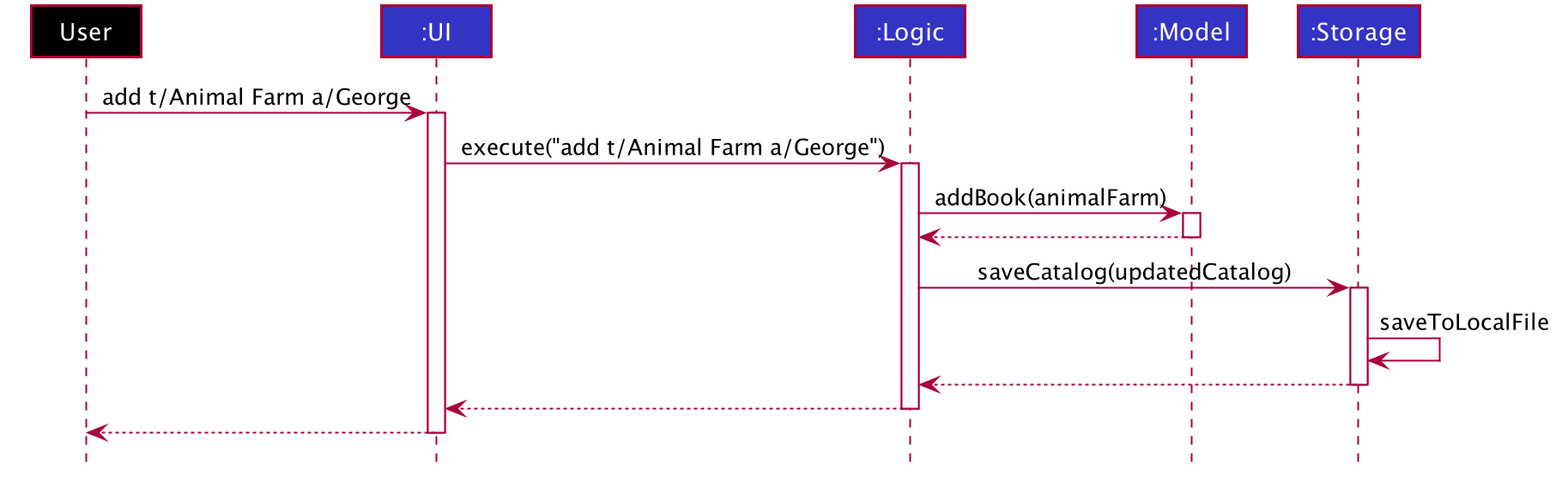
This is docs/images/AddBook.png from nus-cs2103-AY1920S1/addressbook-level3, a PlantUML export, as it was before one commit.
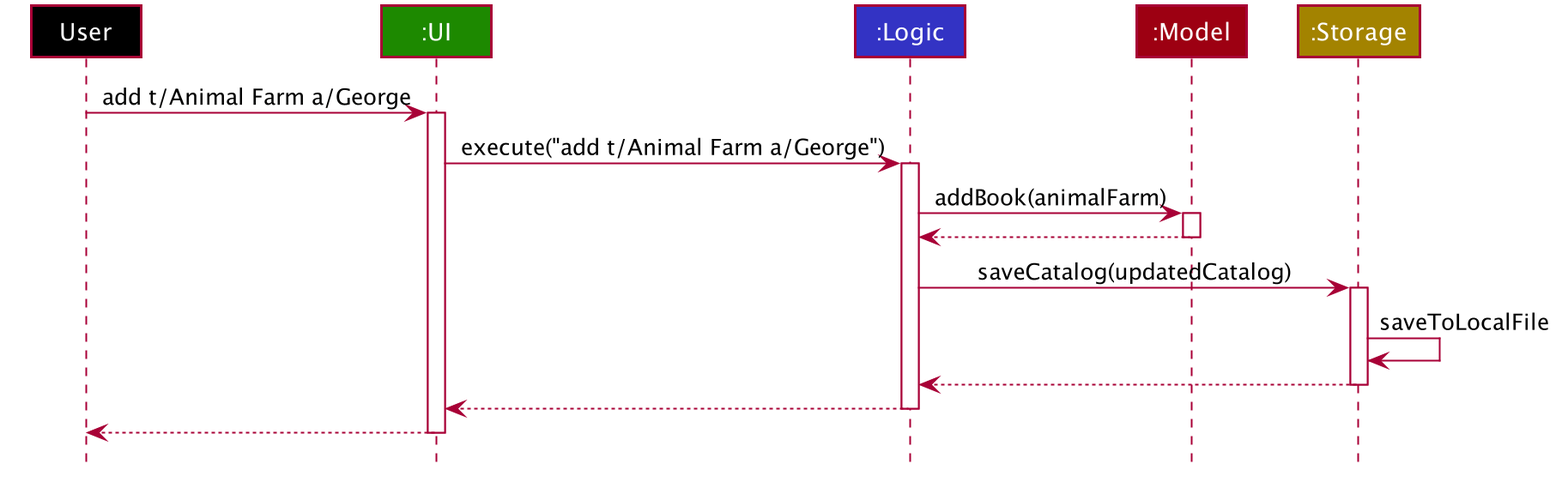
The same file after the commit.

Diff of the diagram source:
```diff
@@ -1,4 +1,5 @@
 @startuml
+
 
 
 
@@ -35,7 +36,6 @@
 
 skinparam Participant {
     FontColor #FFFFFFF
-    Padding 20
 }
 
 skinparam MinClassWidth 50
@@ -49,10 +49,10 @@
 hide circle
 
 participant "User" as User #000000
-participant ":UI" as UI #3333C4
+participant ":UI" as UI #1D8900
 participant ":Logic" as Logic #3333C4
-participant ":Model" as Model #3333C4
-participant ":Storage" as Storage #3333C4
+participant ":Model" as Model #9D0012
+participant ":Storage" as Storage #A38300
 
 User -> UI : add t/Animal Farm a/George
 activate UI
```
